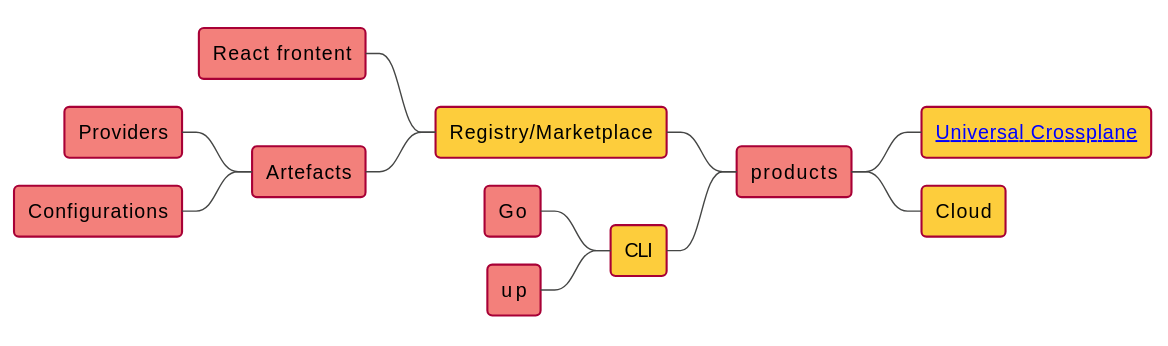
Before: diagrams/rendered/upbound-products-map.svg, a diagram exported from PlantUML (Piotr1215/cloudrumble).
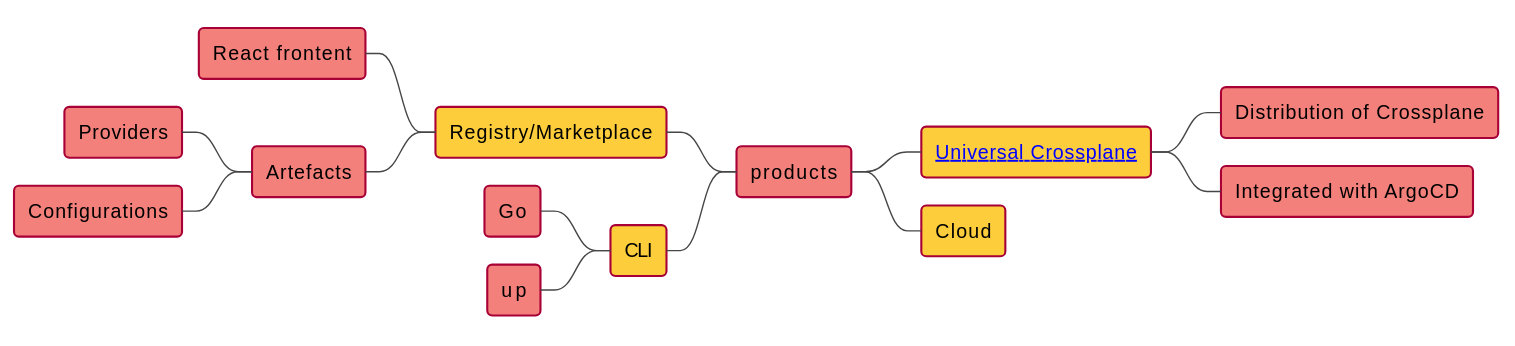
After the change.

Change to the diagram source:
```diff
@@ -12,6 +12,8 @@
 </style>
 * products
 ++ [[https://github.com/upbound/universal-crossplane Universal Crossplane]]
++++ Distribution of Crossplane
++++ Integrated with ArgoCD
 ++ Cloud
 -- Registry/Marketplace
 --- React frontent
```
